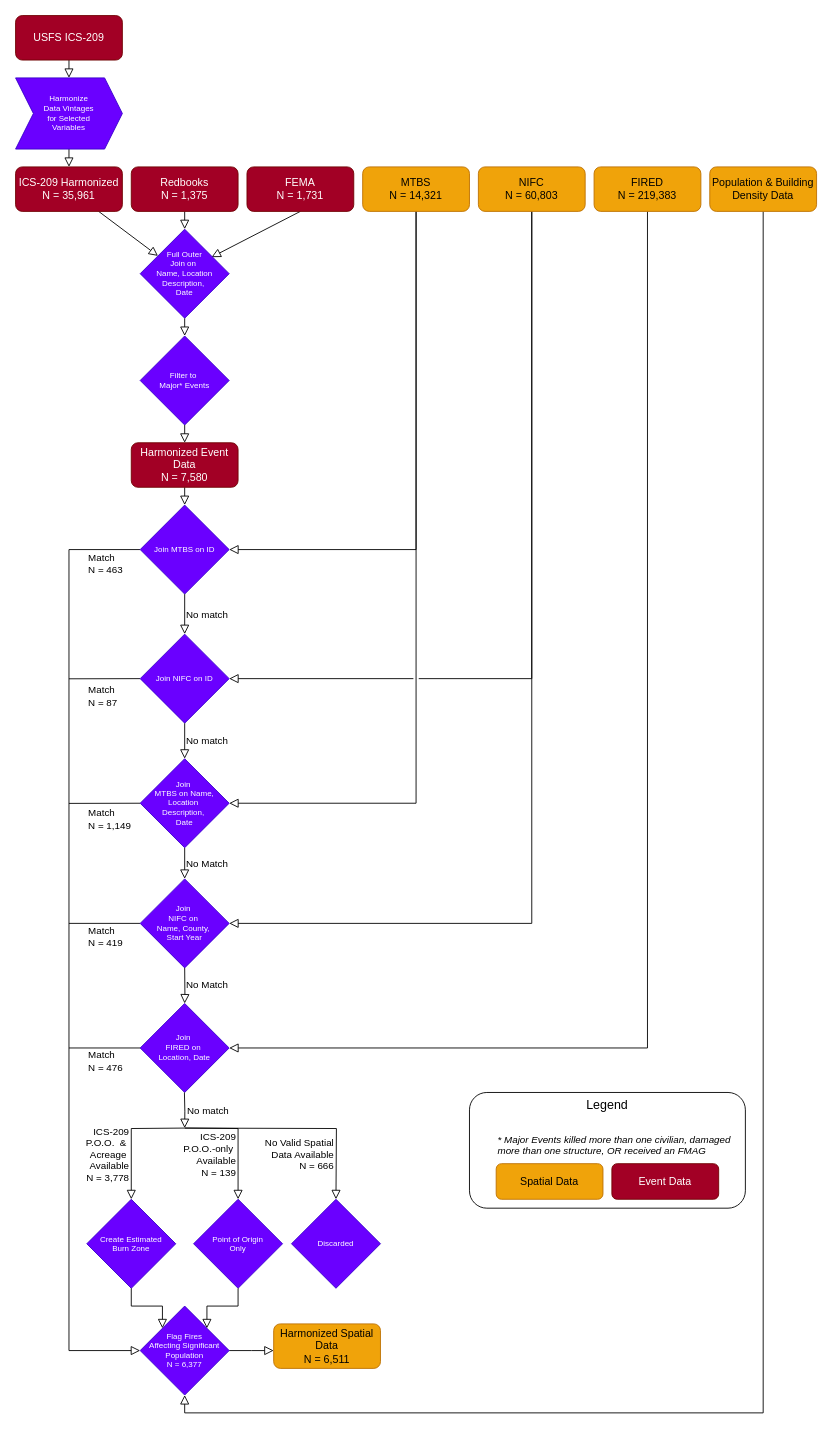
The draw.io diagram docs-site/docs/wildfire_disasters_lite_diagram.drawio in lpiep/wfbz_disasters_lite, before the edit. Source tidied: cells renumbered, new cells numbered last; positions are measured from the earlier drawing's top-left corner, leaving out a move shared by most shapes. Both pictures are drawn from the tidied source at 89%, with x=0, y=0 at pixel (15, 15).
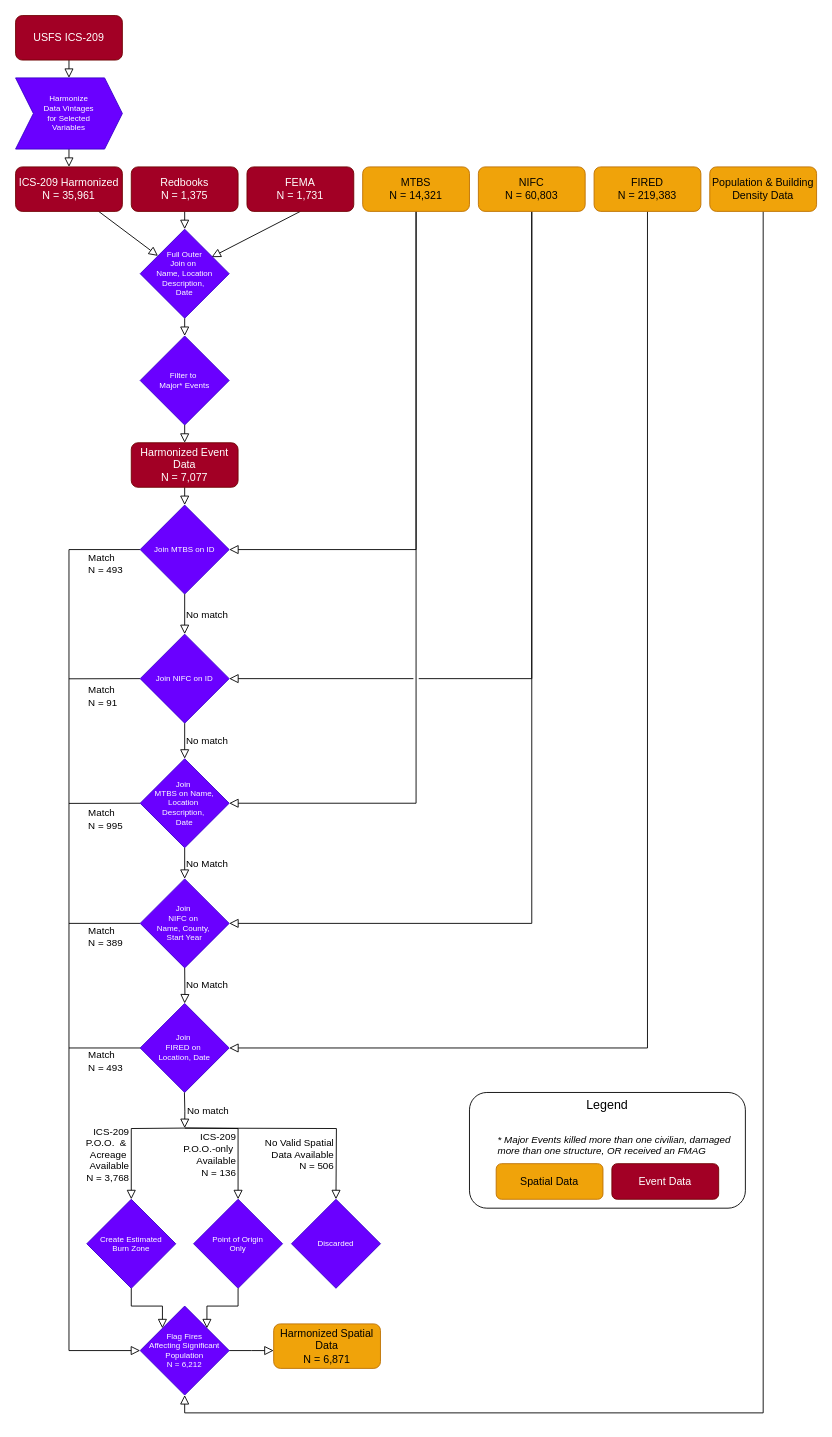
The same diagram, later.

The edit, as a diff of the source:
```diff
@@
-    <mxCell id="14" value="Harmonized Event Data&lt;div&gt;N = 7,580&lt;/div&gt;" style="rounded=1;whiteSpace=wrap;html=1;fontSize=12;glass=0;strokeWidth=1;shadow=0;fillColor=#a20025;strokeColor=#6F0000;fontColor=#ffffff;" parent="1" vertex="1">
+    <mxCell id="14" value="Harmonized Event Data&lt;div&gt;N = 7,077&lt;/div&gt;" style="rounded=1;whiteSpace=wrap;html=1;fontSize=12;glass=0;strokeWidth=1;shadow=0;fillColor=#a20025;strokeColor=#6F0000;fontColor=#ffffff;" parent="1" vertex="1">
       <mxGeometry x="130" y="480" width="120" height="50" as="geometry" />
     </mxCell>
@@
-    <mxCell id="27" value="ICS-209&lt;br&gt;P.O.O.&amp;nbsp;&amp;nbsp;&lt;span style=&quot;background-color: initial;&quot;&gt;&amp;amp;&amp;nbsp;&lt;/span&gt;&lt;div&gt;&lt;span style=&quot;background-color: initial;&quot;&gt;Acreage&amp;nbsp;&lt;/span&gt;&lt;/div&gt;&lt;div&gt;&lt;span style=&quot;background-color: initial;&quot;&gt;Available&lt;/span&gt;&lt;/div&gt;&lt;div&gt;&lt;span style=&quot;background-color: initial;&quot;&gt;N = 3,778&lt;/span&gt;&lt;/div&gt;" style="text;html=1;align=right;verticalAlign=middle;whiteSpace=wrap;rounded=0;fontFamily=Helvetica;fontSize=11;fontColor=default;labelBackgroundColor=none;" parent="1" vertex="1">
+    <mxCell id="27" value="ICS-209&lt;br&gt;P.O.O.&amp;nbsp;&amp;nbsp;&lt;span style=&quot;background-color: initial;&quot;&gt;&amp;amp;&amp;nbsp;&lt;/span&gt;&lt;div&gt;&lt;span style=&quot;background-color: initial;&quot;&gt;Acreage&amp;nbsp;&lt;/span&gt;&lt;/div&gt;&lt;div&gt;&lt;span style=&quot;background-color: initial;&quot;&gt;Available&lt;/span&gt;&lt;/div&gt;&lt;div&gt;&lt;span style=&quot;background-color: initial;&quot;&gt;N = 3,768&lt;/span&gt;&lt;/div&gt;" style="text;html=1;align=right;verticalAlign=middle;whiteSpace=wrap;rounded=0;fontFamily=Helvetica;fontSize=11;fontColor=default;labelBackgroundColor=none;" parent="1" vertex="1">
       <mxGeometry x="30" y="1254.5" width="100" height="51" as="geometry" />
     </mxCell>
-    <mxCell id="28" value="Match&lt;div&gt;N = 463&lt;/div&gt;" style="text;html=1;align=left;verticalAlign=middle;whiteSpace=wrap;rounded=0;fontFamily=Helvetica;fontSize=11;fontColor=default;labelBackgroundColor=none;" parent="1" vertex="1">
+    <mxCell id="28" value="Match&lt;div&gt;N = 493&lt;/div&gt;" style="text;html=1;align=left;verticalAlign=middle;whiteSpace=wrap;rounded=0;fontFamily=Helvetica;fontSize=11;fontColor=default;labelBackgroundColor=none;" parent="1" vertex="1">
       <mxGeometry x="80" y="601" width="60" height="30" as="geometry" />
     </mxCell>
-    <mxCell id="29" value="Match&lt;div&gt;N = 87&lt;/div&gt;" style="text;html=1;align=left;verticalAlign=middle;whiteSpace=wrap;rounded=0;fontFamily=Helvetica;fontSize=11;fontColor=default;labelBackgroundColor=none;" parent="1" vertex="1">
+    <mxCell id="29" value="Match&lt;div&gt;N = 91&lt;/div&gt;" style="text;html=1;align=left;verticalAlign=middle;whiteSpace=wrap;rounded=0;fontFamily=Helvetica;fontSize=11;fontColor=default;labelBackgroundColor=none;" parent="1" vertex="1">
       <mxGeometry x="80" y="750" width="60" height="30" as="geometry" />
     </mxCell>
-    <mxCell id="30" value="Match&lt;div&gt;N = 1,149&lt;/div&gt;" style="text;html=1;align=left;verticalAlign=middle;whiteSpace=wrap;rounded=0;fontFamily=Helvetica;fontSize=11;fontColor=default;labelBackgroundColor=none;" parent="1" vertex="1">
+    <mxCell id="30" value="Match&lt;div&gt;N = 995&lt;/div&gt;" style="text;html=1;align=left;verticalAlign=middle;whiteSpace=wrap;rounded=0;fontFamily=Helvetica;fontSize=11;fontColor=default;labelBackgroundColor=none;" parent="1" vertex="1">
       <mxGeometry x="80" y="888" width="60" height="30" as="geometry" />
     </mxCell>
-    <mxCell id="31" value="Match&lt;div&gt;N = 419&lt;/div&gt;" style="text;html=1;align=left;verticalAlign=middle;whiteSpace=wrap;rounded=0;fontFamily=Helvetica;fontSize=11;fontColor=default;labelBackgroundColor=none;" parent="1" vertex="1">
+    <mxCell id="31" value="Match&lt;div&gt;N = 389&lt;/div&gt;" style="text;html=1;align=left;verticalAlign=middle;whiteSpace=wrap;rounded=0;fontFamily=Helvetica;fontSize=11;fontColor=default;labelBackgroundColor=none;" parent="1" vertex="1">
       <mxGeometry x="80" y="1020" width="60" height="30" as="geometry" />
     </mxCell>
@@
-    <mxCell id="35" value="Flag Fires&lt;div&gt;Affecting Significant&lt;/div&gt;&lt;div&gt;Population&lt;/div&gt;&lt;div&gt;N = 6,377&lt;/div&gt;" style="rhombus;whiteSpace=wrap;html=1;fontFamily=Helvetica;fontSize=9;fontColor=#ffffff;labelBackgroundColor=none;fillColor=#6a00ff;strokeColor=#3700CC;" parent="1" vertex="1">
+    <mxCell id="35" value="Flag Fires&lt;div&gt;Affecting Significant&lt;/div&gt;&lt;div&gt;Population&lt;/div&gt;&lt;div&gt;N = 6,212&lt;/div&gt;" style="rhombus;whiteSpace=wrap;html=1;fontFamily=Helvetica;fontSize=9;fontColor=#ffffff;labelBackgroundColor=none;fillColor=#6a00ff;strokeColor=#3700CC;" parent="1" vertex="1">
       <mxGeometry x="140" y="1450" width="100" height="100" as="geometry" />
     </mxCell>
@@
-    <mxCell id="37" value="Harmonized Spatial Data&lt;div&gt;N = 6,511&lt;/div&gt;" style="rounded=1;whiteSpace=wrap;html=1;fontSize=12;glass=0;strokeWidth=1;shadow=0;fillColor=#f0a30a;strokeColor=#BD7000;fontColor=#000000;" parent="1" vertex="1">
+    <mxCell id="37" value="Harmonized Spatial Data&lt;div&gt;N = 6,871&lt;/div&gt;" style="rounded=1;whiteSpace=wrap;html=1;fontSize=12;glass=0;strokeWidth=1;shadow=0;fillColor=#f0a30a;strokeColor=#BD7000;fontColor=#000000;" parent="1" vertex="1">
       <mxGeometry x="290" y="1470" width="120" height="50" as="geometry" />
     </mxCell>
@@
-    <mxCell id="57" value="Match&lt;div&gt;N = 476&lt;/div&gt;" style="text;html=1;align=left;verticalAlign=middle;whiteSpace=wrap;rounded=0;fontFamily=Helvetica;fontSize=11;fontColor=default;labelBackgroundColor=none;" parent="1" vertex="1">
+    <mxCell id="57" value="Match&lt;div&gt;N = 493&lt;/div&gt;" style="text;html=1;align=left;verticalAlign=middle;whiteSpace=wrap;rounded=0;fontFamily=Helvetica;fontSize=11;fontColor=default;labelBackgroundColor=none;" parent="1" vertex="1">
       <mxGeometry x="80" y="1160" width="60" height="30" as="geometry" />
     </mxCell>
@@
-    <mxCell id="63" value="ICS-209&lt;br&gt;P.O.O.-only&lt;span style=&quot;background-color: initial;&quot;&gt;&amp;nbsp;&lt;/span&gt;&lt;div&gt;&lt;span style=&quot;background-color: initial;&quot;&gt;Available&lt;/span&gt;&lt;/div&gt;&lt;div&gt;&lt;span style=&quot;background-color: initial;&quot;&gt;N = 139&lt;/span&gt;&lt;/div&gt;" style="text;html=1;align=right;verticalAlign=middle;whiteSpace=wrap;rounded=0;fontFamily=Helvetica;fontSize=11;fontColor=default;labelBackgroundColor=none;" parent="1" vertex="1">
+    <mxCell id="63" value="ICS-209&lt;br&gt;P.O.O.-only&lt;span style=&quot;background-color: initial;&quot;&gt;&amp;nbsp;&lt;/span&gt;&lt;div&gt;&lt;span style=&quot;background-color: initial;&quot;&gt;Available&lt;/span&gt;&lt;/div&gt;&lt;div&gt;&lt;span style=&quot;background-color: initial;&quot;&gt;N = 136&lt;/span&gt;&lt;/div&gt;" style="text;html=1;align=right;verticalAlign=middle;whiteSpace=wrap;rounded=0;fontFamily=Helvetica;fontSize=11;fontColor=default;labelBackgroundColor=none;" parent="1" vertex="1">
       <mxGeometry x="150" y="1254.5" width="100" height="51" as="geometry" />
     </mxCell>
@@
-    <mxCell id="67" value="No Valid Spatial Data Available&lt;div&gt;N = 666&lt;/div&gt;" style="text;html=1;align=right;verticalAlign=middle;whiteSpace=wrap;rounded=0;fontFamily=Helvetica;fontSize=11;fontColor=default;labelBackgroundColor=none;" parent="1" vertex="1">
+    <mxCell id="67" value="No Valid Spatial Data Available&lt;div&gt;N = 506&lt;/div&gt;" style="text;html=1;align=right;verticalAlign=middle;whiteSpace=wrap;rounded=0;fontFamily=Helvetica;fontSize=11;fontColor=default;labelBackgroundColor=none;" parent="1" vertex="1">
       <mxGeometry x="280" y="1254.5" width="80" height="51" as="geometry" />
     </mxCell>
```
